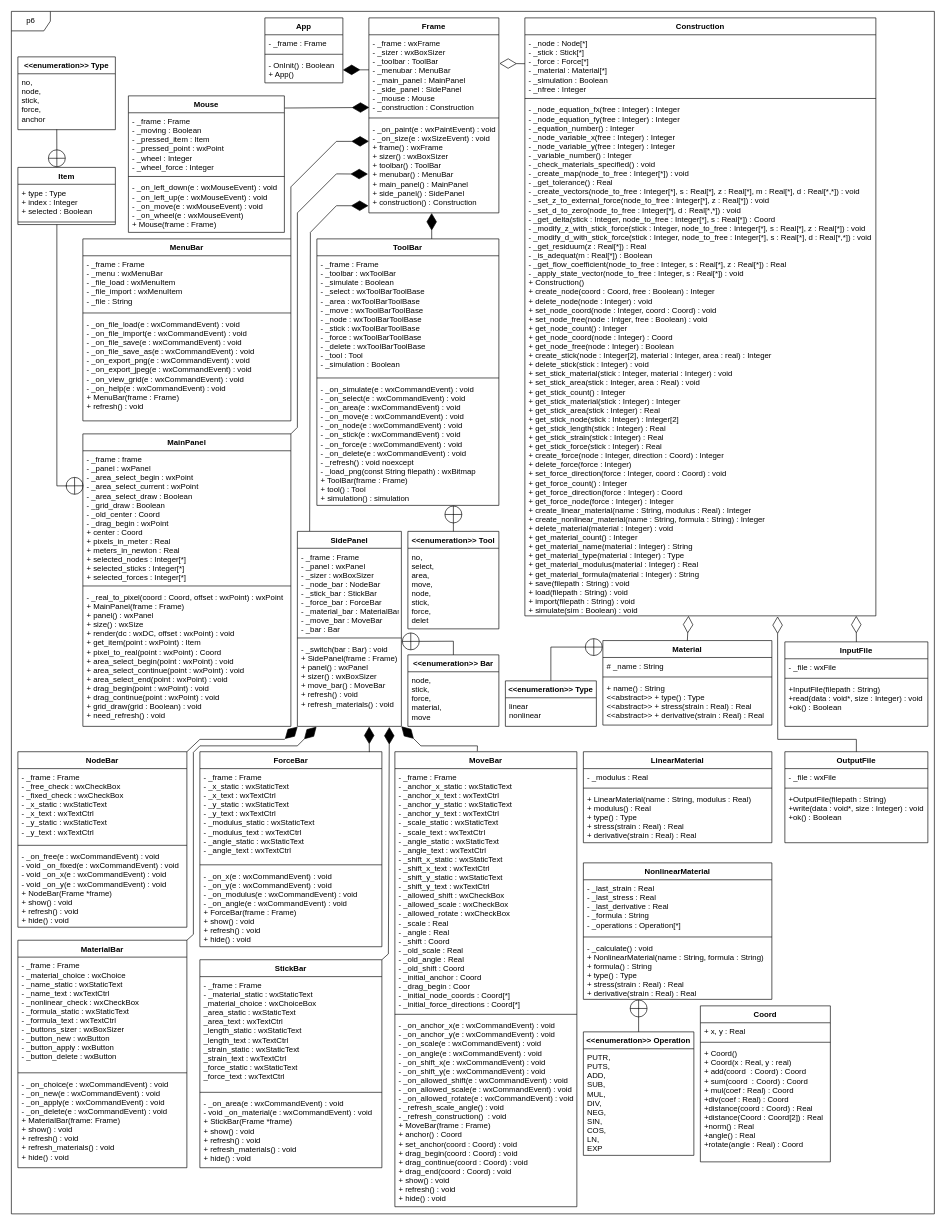
This is class_diagram.drawio from kyrylo-sovailo/P6, a draw.io file, before an edit. Source tidied: cells renumbered, new cells numbered last; positions are measured from the earlier drawing's top-left corner, leaving out a move shared by most shapes. Both pictures are drawn from the tidied source at 65%, with x=0, y=0 at pixel (11, 11).
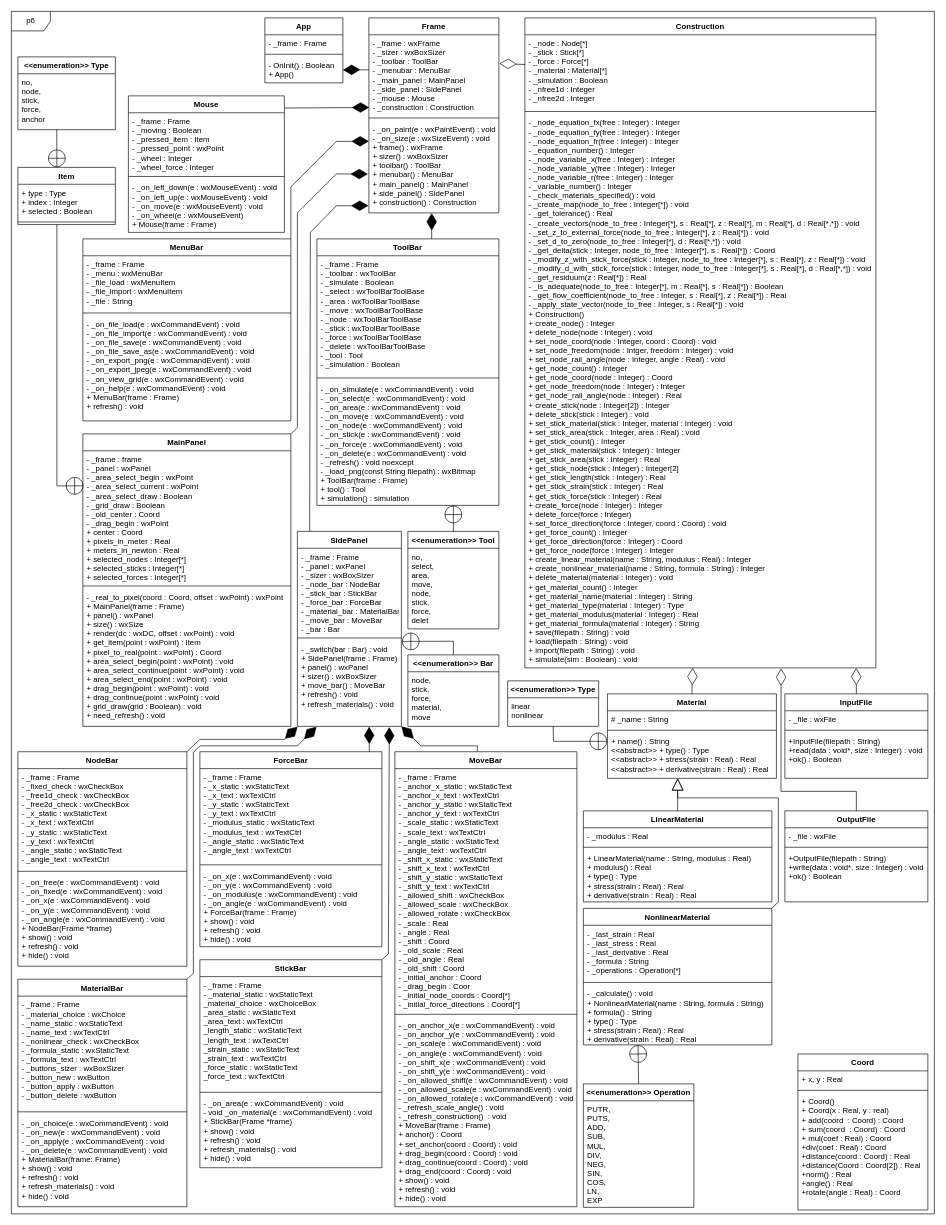
The same diagram, later.

Unchanged cells that the change refers to:
```xml
<mxCell id="34" value="+ name() : String&#10;&lt;&lt;abstract&gt;&gt; + type() : Type&#10;&lt;&lt;abstract&gt;&gt; + stress(strain : Real) : Real&#10;&lt;&lt;abstract&gt;&gt; + derivative(strain : Real) : Real" style="text;strokeColor=none;fillColor=none;align=left;verticalAlign=top;spacingLeft=4;spacingRight=4;overflow=hidden;points=[[0,0.5],[1,0.5]];portConstraint=eastwest;" parent="31" vertex="1">
  <mxGeometry y="60" width="260" height="70" as="geometry" />
</mxCell>
<mxCell id="62" value="- _switch(bar : Bar) : void&#10;+ SidePanel(frame : Frame)&#10;+ panel() : wxPanel&#10;+ sizer() : wxBoxSizer&#10;+ move_bar() : MoveBar&#10;+ refresh() : void&#10;+ refresh_materials() : void" style="text;strokeColor=none;fillColor=none;align=left;verticalAlign=top;spacingLeft=4;spacingRight=4;overflow=hidden;points=[[0,0.5],[1,0.5]];portConstraint=eastwest;" parent="59" vertex="1">
  <mxGeometry y="168" width="160" height="132" as="geometry" />
</mxCell>
<mxCell id="73" value="linear&#10;nonlinear" style="text;strokeColor=none;fillColor=none;align=left;verticalAlign=top;spacingLeft=4;spacingRight=4;overflow=hidden;points=[[0,0.5],[1,0.5]];portConstraint=eastwest;" parent="72" vertex="1">
  <mxGeometry y="26" width="140" height="44" as="geometry" />
</mxCell>
```

Change to the diagram source:
```diff
@@
     <mxCell id="3" value="Construction" style="swimlane;fontStyle=1;align=center;verticalAlign=top;horizontal=1;startSize=26;" parent="1" vertex="1">
-      <mxGeometry x="790" y="10" width="540" height="920" as="geometry" />
+      <mxGeometry x="790" y="10" width="540" height="1000" as="geometry" />
     </mxCell>
-    <mxCell id="4" value="- _node : Node[*]&#10;- _stick : Stick[*]&#10;- _force : Force[*]&#10;- _material : Material[*]&#10;- _simulation : Boolean&#10;- _nfree : Integer" style="text;strokeColor=none;fillColor=none;align=left;verticalAlign=top;spacingLeft=4;spacingRight=4;overflow=hidden;points=[[0,0.5],[1,0.5]];portConstraint=eastwest;" parent="3" vertex="1">
-      <mxGeometry y="26" width="540" height="94" as="geometry" />
+    <mxCell id="4" value="- _node : Node[*]&#10;- _stick : Stick[*]&#10;- _force : Force[*]&#10;- _material : Material[*]&#10;- _simulation : Boolean&#10;- _nfree1d : Integer&#10;- _nfree2d : Integer" style="text;strokeColor=none;fillColor=none;align=left;verticalAlign=top;spacingLeft=4;spacingRight=4;overflow=hidden;points=[[0,0.5],[1,0.5]];portConstraint=eastwest;" parent="3" vertex="1">
+      <mxGeometry y="26" width="540" height="114" as="geometry" />
     </mxCell>
     <mxCell id="5" style="line;strokeWidth=1;fillColor=none;align=left;verticalAlign=middle;spacingTop=-1;spacingLeft=3;spacingRight=3;labelPosition=right;" parent="3" vertex="1">
-      <mxGeometry y="120" width="540" height="8" as="geometry" />
+      <mxGeometry y="140" width="540" height="8" as="geometry" />
     </mxCell>
-    <mxCell id="6" value="- _node_equation_fx(free : Integer) : Integer&#10;- _node_equation_fy(free : Integer) : Integer&#10;- _equation_number() : Integer&#10;- _node_variable_x(free : Integer) : Integer&#10;- _node_variable_y(free : Integer) : Integer&#10;- _variable_number() : Integer&#10;- _check_materials_specified() : void&#10;- _create_map(node_to_free : Integer[*]) : void&#10;- _get_tolerance() : Real&#10;- _create_vectors(node_to_free : Integer[*], s : Real[*], z : Real[*], m : Real[*], d : Real[*,*]) : void&#10;- _set_z_to_external_force(node_to_free : Integer[*], z : Real[*]) : void&#10;- _set_d_to_zero(node_to_free : Integer[*], d : Real[*,*]) : void&#10;- _get_delta(stick : Integer, node_to_free : Integer[*], s : Real[*]) : Coord&#10;- _modify_z_with_stick_force(stick : Integer, node_to_free : Integer[*], s : Real[*], z : Real[*]) : void&#10;- _modify_d_with_stick_force(stick : Integer, node_to_free : Integer[*], s : Real[*], d : Real[*,*]) : void&#10;- _get_residuum(z : Real[*]) : Real&#10;- _is_adequat(m : Real[*]) : Boolean&#10;- _get_flow_coefficient(node_to_free : Integer, s : Real[*], z : Real[*]) : Real&#10;- _apply_state_vector(node_to_free : Integer, s : Real[*]) : void&#10;+ Construction()&#10;+ create_node(coord : Coord, free : Boolean) : Integer&#10;+ delete_node(node : Integer) : void&#10;+ set_node_coord(node : Integer, coord : Coord) : void&#10;+ set_node_free(node : Intger, free : Boolean) : void&#10;+ get_node_count() : Integer&#10;+ get_node_coord(node : Integer) : Coord&#10;+ get_node_free(node : Integer) : Boolean&#10;+ create_stick(node : Integer[2], material : Integer, area : real) : Integer&#10;+ delete_stick(stick : Integer) : void&#10;+ set_stick_material(stick : Integer, material : Integer) : void&#10;+ set_stick_area(stick : Integer, area : Real) : void&#10;+ get_stick_count() : Integer&#10;+ get_stick_material(stick : Integer) : Integer&#10;+ get_stick_area(stick : Integer) : Real&#10;+ get_stick_node(stick : Integer) : Integer[2]&#10;+ get_stick_length(stick : Integer) : Real&#10;+ get_stick_strain(stick : Integer) : Real&#10;+ get_stick_force(stick : Integer) : Real&#10;+ create_force(node : Integer, direction : Coord) : Integer&#10;+ delete_force(force : Integer)&#10;+ set_force_direction(force : Integer, coord : Coord) : void&#10;+ get_force_count() : Integer&#10;+ get_force_direction(force : Integer) : Coord&#10;+ get_force_node(force : Integer) : Integer&#10;+ create_linear_material(name : String, modulus : Real) : Integer&#10;+ create_nonlinear_material(name : String, formula : String) : Integer&#10;+ delete_material(material : Integer) : void&#10;+ get_material_count() : Integer&#10;+ get_material_name(material : Integer) : String&#10;+ get_material_type(material : Integer) : Type&#10;+ get_material_modulus(material : Integer) : Real&#10;+ get_material_formula(material : Integer) : String&#10;+ save(filepath : String) : void&#10;+ load(filepath : String) : void&#10;+ import(filepath : String) : void&#10;+ simulate(sim : Boolean) : void" style="text;strokeColor=none;fillColor=none;align=left;verticalAlign=top;spacingLeft=4;spacingRight=4;overflow=hidden;points=[[0,0.5],[1,0.5]];portConstraint=eastwest;" parent="3" vertex="1">
-      <mxGeometry y="128" width="540" height="792" as="geometry" />
+    <mxCell id="6" value="- _node_equation_fx(free : Integer) : Integer&#10;- _node_equation_fy(free : Integer) : Integer&#10;- _node_equation_fr(free : Integer) : Integer&#10;- _equation_number() : Integer&#10;- _node_variable_x(free : Integer) : Integer&#10;- _node_variable_y(free : Integer) : Integer&#10;- _node_variable_r(free : Integer) : Integer&#10;- _variable_number() : Integer&#10;- _check_materials_specified() : void&#10;- _create_map(node_to_free : Integer[*]) : void&#10;- _get_tolerance() : Real&#10;- _create_vectors(node_to_free : Integer[*], s : Real[*], z : Real[*], m : Real[*], d : Real[*,*]) : void&#10;- _set_z_to_external_force(node_to_free : Integer[*], z : Real[*]) : void&#10;- _set_d_to_zero(node_to_free : Integer[*], d : Real[*,*]) : void&#10;- _get_delta(stick : Integer, node_to_free : Integer[*], s : Real[*]) : Coord&#10;- _modify_z_with_stick_force(stick : Integer, node_to_free : Integer[*], s : Real[*], z : Real[*]) : void&#10;- _modify_d_with_stick_force(stick : Integer, node_to_free : Integer[*], s : Real[*], d : Real[*,*]) : void&#10;- _get_residuum(z : Real[*]) : Real&#10;- _is_adequate(node_to_free : Integer[*], m : Real[*], s : Real[*]) : Boolean&#10;- _get_flow_coefficient(node_to_free : Integer, s : Real[*], z : Real[*]) : Real&#10;- _apply_state_vector(node_to_free : Integer, s : Real[*]) : void&#10;+ Construction()&#10;+ create_node() : Integer&#10;+ delete_node(node : Integer) : void&#10;+ set_node_coord(node : Integer, coord : Coord) : void&#10;+ set_node_freedom(node : Intger, freedom : Integer) : void&#10;+ set_node_rail_angle(node : Integer, angle : Real) : void&#10;+ get_node_count() : Integer&#10;+ get_node_coord(node : Integer) : Coord&#10;+ get_node_freedom(node : Integer) : Integer&#10;+ get_node_rail_angle(node : Integer) : Real&#10;+ create_stick(node : Integer[2]) : Integer&#10;+ delete_stick(stick : Integer) : void&#10;+ set_stick_material(stick : Integer, material : Integer) : void&#10;+ set_stick_area(stick : Integer, area : Real) : void&#10;+ get_stick_count() : Integer&#10;+ get_stick_material(stick : Integer) : Integer&#10;+ get_stick_area(stick : Integer) : Real&#10;+ get_stick_node(stick : Integer) : Integer[2]&#10;+ get_stick_length(stick : Integer) : Real&#10;+ get_stick_strain(stick : Integer) : Real&#10;+ get_stick_force(stick : Integer) : Real&#10;+ create_force(node : Integer) : Integer&#10;+ delete_force(force : Integer)&#10;+ set_force_direction(force : Integer, coord : Coord) : void&#10;+ get_force_count() : Integer&#10;+ get_force_direction(force : Integer) : Coord&#10;+ get_force_node(force : Integer) : Integer&#10;+ create_linear_material(name : String, modulus : Real) : Integer&#10;+ create_nonlinear_material(name : String, formula : String) : Integer&#10;+ delete_material(material : Integer) : void&#10;+ get_material_count() : Integer&#10;+ get_material_name(material : Integer) : String&#10;+ get_material_type(material : Integer) : Type&#10;+ get_material_modulus(material : Integer) : Real&#10;+ get_material_formula(material : Integer) : String&#10;+ save(filepath : String) : void&#10;+ load(filepath : String) : void&#10;+ import(filepath : String) : void&#10;+ simulate(sim : Boolean) : void" style="text;strokeColor=none;fillColor=none;align=left;verticalAlign=top;spacingLeft=4;spacingRight=4;overflow=hidden;points=[[0,0.5],[1,0.5]];portConstraint=eastwest;" parent="3" vertex="1">
+      <mxGeometry y="148" width="540" height="852" as="geometry" />
     </mxCell>
     <mxCell id="7" value="Coord" style="swimlane;fontStyle=1;align=center;verticalAlign=top;horizontal=1;startSize=26;" parent="1" vertex="1">
-      <mxGeometry x="1060" y="1530" width="200" height="240" as="geometry" />
+      <mxGeometry x="1210" y="1604" width="200" height="240" as="geometry" />
     </mxCell>
@@
     <mxCell id="23" value="LinearMaterial" style="swimlane;fontStyle=1;align=center;verticalAlign=top;horizontal=1;startSize=26;" parent="1" vertex="1">
-      <mxGeometry x="880" y="1139" width="290" height="140" as="geometry" />
+      <mxGeometry x="880" y="1230" width="290" height="140" as="geometry" />
     </mxCell>
@@
     <mxCell id="31" value="Material" style="swimlane;fontStyle=1;align=center;verticalAlign=top;horizontal=1;startSize=26;" parent="1" vertex="1">
-      <mxGeometry x="910" y="968" width="260" height="130" as="geometry" />
+      <mxGeometry x="917" y="1050" width="260" height="130" as="geometry" />
     </mxCell>
@@
     <mxCell id="35" value="MaterialBar" style="swimlane;fontStyle=1;align=center;verticalAlign=top;horizontal=1;startSize=26;" parent="1" vertex="1">
-      <mxGeometry x="10" y="1429" width="260" height="350" as="geometry" />
+      <mxGeometry x="10" y="1489" width="260" height="350" as="geometry" />
     </mxCell>
@@
     <mxCell id="51" value="NodeBar" style="swimlane;fontStyle=1;align=center;verticalAlign=top;horizontal=1;startSize=26;" parent="1" vertex="1">
-      <mxGeometry x="10" y="1139" width="260" height="270" as="geometry" />
+      <mxGeometry x="10" y="1139" width="260" height="330" as="geometry" />
     </mxCell>
-    <mxCell id="52" value="- _frame : Frame&#10;- _free_check : wxCheckBox&#10;- _fixed_check : wxCheckBox&#10;- _x_static : wxStaticText&#10;- _x_text : wxTextCtrl&#10;- _y_static : wxStaticText&#10;- _y_text : wxTextCtrl" style="text;strokeColor=none;fillColor=none;align=left;verticalAlign=top;spacingLeft=4;spacingRight=4;overflow=hidden;" parent="51" vertex="1">
-      <mxGeometry y="26" width="260" height="114" as="geometry" />
+    <mxCell id="52" value="- _frame : Frame&#10;- _fixed_check : wxCheckBox&#10;- _free1d_check : wxCheckBox&#10;- _free2d_check : wxCheckBox&#10;- _x_static : wxStaticText&#10;- _x_text : wxTextCtrl&#10;- _y_static : wxStaticText&#10;- _y_text : wxTextCtrl&#10;- _angle_static : wxStaticText&#10;- _angle_text : wxTextCtrl" style="text;strokeColor=none;fillColor=none;align=left;verticalAlign=top;spacingLeft=4;spacingRight=4;overflow=hidden;" parent="51" vertex="1">
+      <mxGeometry y="26" width="260" height="154" as="geometry" />
     </mxCell>
     <mxCell id="53" style="line;strokeWidth=1;fillColor=none;align=left;verticalAlign=middle;spacingTop=-1;spacingLeft=3;spacingRight=3;labelPosition=right;" parent="51" vertex="1">
-      <mxGeometry y="140" width="260" height="8" as="geometry" />
+      <mxGeometry y="180" width="260" height="8" as="geometry" />
     </mxCell>
-    <mxCell id="54" value="- _on_free(e : wxCommandEvent) : void&#10;- void _on_fixed(e : wxCommandEvent) : void&#10;- void _on_x(e : wxCommandEvent) : void&#10;- void _on_y(e : wxCommandEvent) : void&#10;+ NodeBar(Frame *frame)&#10;+ show() : void&#10;+ refresh() : void&#10;+ hide() : void" style="text;strokeColor=none;fillColor=none;align=left;verticalAlign=top;spacingLeft=4;spacingRight=4;overflow=hidden;" parent="51" vertex="1">
-      <mxGeometry y="148" width="260" height="122" as="geometry" />
+    <mxCell id="54" value="- _on_free(e : wxCommandEvent) : void&#10;- _on_fixed(e : wxCommandEvent) : void&#10;- _on_x(e : wxCommandEvent) : void&#10;- _on_y(e : wxCommandEvent) : void&#10;- _on_angle(e : wxCommandEvent) : void&#10;+ NodeBar(Frame *frame)&#10;+ show() : void&#10;+ refresh() : void&#10;+ hide() : void" style="text;strokeColor=none;fillColor=none;align=left;verticalAlign=top;spacingLeft=4;spacingRight=4;overflow=hidden;" parent="51" vertex="1">
+      <mxGeometry y="188" width="260" height="142" as="geometry" />
     </mxCell>
     <mxCell id="55" value="NonlinearMaterial" style="swimlane;fontStyle=1;align=center;verticalAlign=top;horizontal=1;startSize=26;" parent="1" vertex="1">
-      <mxGeometry x="880" y="1310" width="290" height="210" as="geometry" />
+      <mxGeometry x="880" y="1380" width="290" height="210" as="geometry" />
     </mxCell>
@@
     <mxCell id="72" value="&lt;&lt;enumeration&gt;&gt; Type" style="swimlane;fontStyle=1;horizontal=1;startSize=26;fillColor=none;" parent="1" vertex="1">
-      <mxGeometry x="760" y="1030" width="140" height="70" as="geometry" />
+      <mxGeometry x="763.5" y="1030" width="140" height="70" as="geometry" />
     </mxCell>
@@
     <mxCell id="74" style="endArrow=circlePlus;endFill=0;endSize=12;html=1;exitX=0.5;exitY=0;exitDx=0;exitDy=0;rounded=0;" parent="1" edge="1" source="75">
       <mxGeometry relative="1" as="geometry">
-        <mxPoint x="965" y="1520" as="targetPoint" />
+        <mxPoint x="964" y="1590" as="targetPoint" />
       </mxGeometry>
     </mxCell>
     <mxCell id="75" value="&lt;&lt;enumeration&gt;&gt; Operation" style="swimlane;fontStyle=1;horizontal=1;startSize=26;fillColor=none;" parent="1" vertex="1">
-      <mxGeometry x="880" y="1570" width="170" height="190" as="geometry" />
+      <mxGeometry x="880" y="1650" width="170" height="190" as="geometry" />
     </mxCell>
@@
     <mxCell id="92" style="endArrow=diamondThin;endFill=1;endSize=24;html=1;rounded=0;exitX=1;exitY=0;exitDx=0;exitDy=0;entryX=0.184;entryY=1.004;entryDx=0;entryDy=0;entryPerimeter=0;" parent="1" edge="1" source="35" target="62">
       <mxGeometry relative="1" as="geometry">
         <Array as="points">
-          <mxPoint x="280" y="1420" />
+          <mxPoint x="280" y="1480" />
           <mxPoint x="280" y="1140" />
           <mxPoint x="290" y="1130" />
           <mxPoint x="440" y="1130" />
         </Array>
       </mxGeometry>
     </mxCell>
@@
-    <mxCell id="94" style="endArrow=circlePlus;endFill=0;endSize=12;html=1;exitX=0.5;exitY=0;exitDx=0;exitDy=0;rounded=0;entryX=0;entryY=0.077;entryDx=0;entryDy=0;entryPerimeter=0;" parent="1" edge="1" source="72" target="31">
+    <mxCell id="94" style="endArrow=circlePlus;endFill=0;endSize=12;html=1;rounded=0;exitX=0.5;exitY=0.989;exitDx=0;exitDy=0;exitPerimeter=0;" parent="1" edge="1" source="73">
       <mxGeometry relative="1" as="geometry">
+        <mxPoint x="917" y="1123" as="targetPoint" />
         <Array as="points">
-          <mxPoint x="830" y="978" />
+          <mxPoint x="834" y="1123" />
         </Array>
       </mxGeometry>
     </mxCell>
@@
     <mxCell id="103" value="InputFile" style="swimlane;fontStyle=1;align=center;verticalAlign=top;horizontal=1;startSize=26;" parent="1" vertex="1">
-      <mxGeometry x="1190" y="970" width="220" height="130" as="geometry" />
+      <mxGeometry x="1190" y="1050" width="220" height="130" as="geometry" />
     </mxCell>
@@
     <mxCell id="107" value="OutputFile" style="swimlane;fontStyle=1;align=center;verticalAlign=top;horizontal=1;startSize=26;" parent="1" vertex="1">
-      <mxGeometry x="1190" y="1139" width="220" height="140" as="geometry" />
+      <mxGeometry x="1190" y="1230" width="220" height="140" as="geometry" />
     </mxCell>
@@
-    <mxCell id="111" style="endArrow=diamondThin;endFill=0;endSize=24;html=1;exitX=0.5;exitY=0;exitDx=0;exitDy=0;rounded=0;entryX=0.72;entryY=1.001;entryDx=0;entryDy=0;entryPerimeter=0;" parent="1" edge="1" source="107" target="6">
+    <mxCell id="111" style="endArrow=diamondThin;endFill=0;endSize=24;html=1;exitX=0.5;exitY=0;exitDx=0;exitDy=0;rounded=0;entryX=0.73;entryY=1.001;entryDx=0;entryDy=0;entryPerimeter=0;" parent="1" edge="1" source="107" target="6">
       <mxGeometry relative="1" as="geometry">
         <Array as="points">
-          <mxPoint x="1300" y="1120" />
-          <mxPoint x="1179" y="1120" />
+          <mxPoint x="1300" y="1200" />
+          <mxPoint x="1184" y="1200" />
         </Array>
       </mxGeometry>
     </mxCell>
@@
+    <mxCell id="113" style="endArrow=block;endSize=16;endFill=0;html=1;exitX=0.5;exitY=0;exitDx=0;exitDy=0;" parent="1" edge="1" source="23">
+      <mxGeometry relative="1" as="geometry">
+        <mxPoint x="1025" y="1180" as="targetPoint" />
+      </mxGeometry>
+    </mxCell>
+    <mxCell id="114" style="endArrow=block;endSize=16;endFill=0;html=1;exitX=1;exitY=0;exitDx=0;exitDy=0;rounded=0;entryX=0.416;entryY=1.003;entryDx=0;entryDy=0;entryPerimeter=0;" parent="1" edge="1" source="55" target="34">
+      <mxGeometry relative="1" as="geometry">
+        <Array as="points">
+          <mxPoint x="1180" y="1370" />
+          <mxPoint x="1180" y="1210" />
+          <mxPoint x="1025" y="1210" />
+        </Array>
+      </mxGeometry>
+    </mxCell>
```
